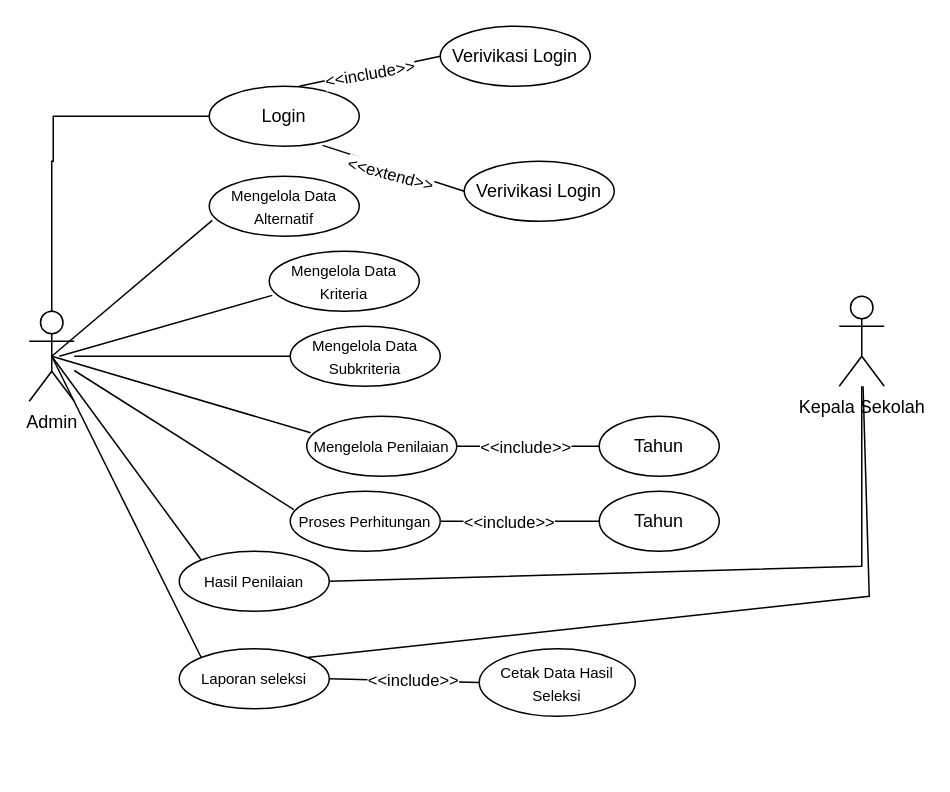
Above: inputbeasiswa.drawio in ocawidiahara/oca-web-pertama (draw.io), before the change. Source tidied: cells renumbered, new cells numbered last; positions are measured from the earlier drawing's top-left corner, leaving out a move shared by most shapes. Both pictures are drawn from the tidied source at 150%, with x=0, y=0 at pixel (28, 26).
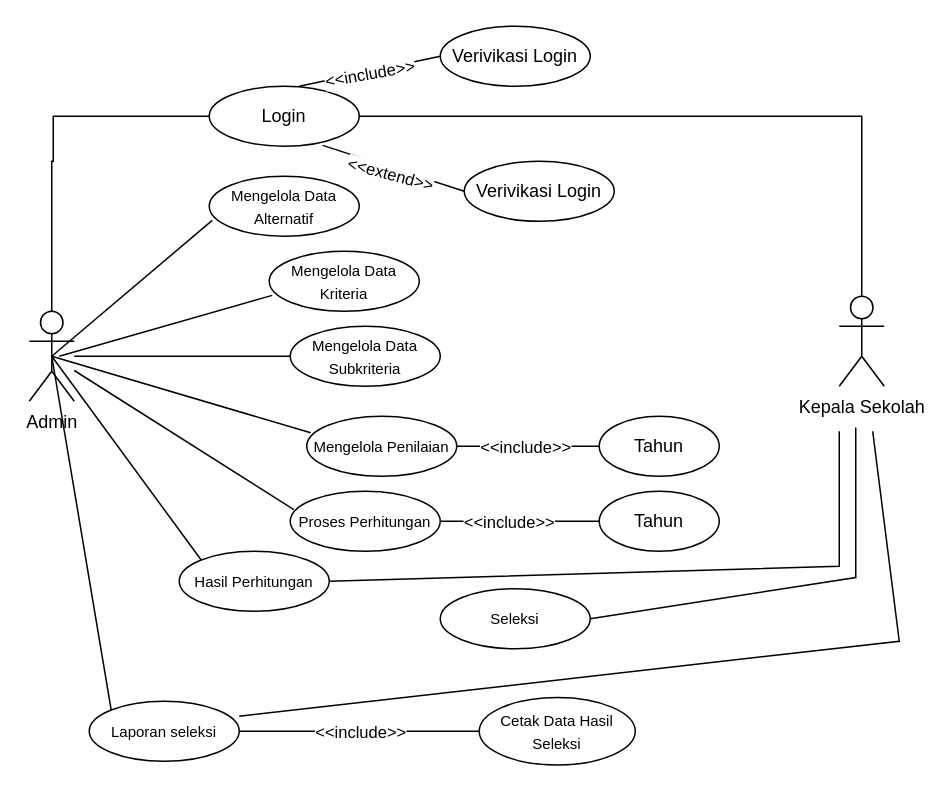
The same diagram, later.

Unchanged cells that the change refers to:
```xml
<mxCell id="4" value="Login" style="ellipse;whiteSpace=wrap;html=1;" parent="1" vertex="1">
  <mxGeometry x="120" y="40" width="100" height="40" as="geometry" />
</mxCell>
<mxCell id="34" value="Kepala Sekolah" style="shape=umlActor;verticalLabelPosition=bottom;verticalAlign=top;html=1;outlineConnect=0;" parent="1" vertex="1">
  <mxGeometry x="540" y="180" width="30" height="60" as="geometry" />
</mxCell>
```

Change to the diagram source:
```diff
@@
-    <mxCell id="28" value="&lt;span style=&quot;font-size: 10px;&quot;&gt;Hasil Penilaian&lt;/span&gt;" style="ellipse;whiteSpace=wrap;html=1;" parent="1" vertex="1">
+    <mxCell id="28" value="&lt;span style=&quot;font-size: 10px;&quot;&gt;Hasil Perhitungan&lt;/span&gt;" style="ellipse;whiteSpace=wrap;html=1;" parent="1" vertex="1">
       <mxGeometry x="100" y="350" width="100" height="40" as="geometry" />
     </mxCell>
@@
     <mxCell id="30" value="&lt;span style=&quot;font-size: 10px;&quot;&gt;Laporan seleksi&lt;/span&gt;" style="ellipse;whiteSpace=wrap;html=1;" parent="1" vertex="1">
-      <mxGeometry x="100" y="415" width="100" height="40" as="geometry" />
+      <mxGeometry x="40" y="450" width="100" height="40" as="geometry" />
     </mxCell>
@@
     <mxCell id="32" value="&amp;lt;&amp;lt;include&amp;gt;&amp;gt;" style="edgeLabel;html=1;align=center;verticalAlign=middle;rotation=0;" parent="1" vertex="1">
-      <mxGeometry x="255" y="435" as="geometry" />
+      <mxGeometry x="220" y="470" as="geometry" />
     </mxCell>
     <mxCell id="33" value="&lt;font style=&quot;font-size: 10px;&quot;&gt;Cetak Data Hasil Seleksi&lt;/font&gt;" style="ellipse;whiteSpace=wrap;html=1;" parent="1" vertex="1">
-      <mxGeometry x="300" y="415" width="104" height="45" as="geometry" />
+      <mxGeometry x="300" y="447.5" width="104" height="45" as="geometry" />
     </mxCell>
+    <mxCell id="37" style="edgeStyle=orthogonalEdgeStyle;rounded=0;jettySize=auto;html=1;entryX=1;entryY=0.5;entryDx=0;entryDy=0;endArrow=none;startFill=0;" parent="1" edge="1" source="34" target="4">
+      <mxGeometry relative="1" as="geometry">
+        <Array as="points">
+          <mxPoint x="555" y="60" />
+        </Array>
+      </mxGeometry>
+    </mxCell>
@@
-    <mxCell id="35" style="endArrow=none;html=1;rounded=0;exitX=1;exitY=0.5;exitDx=0;exitDy=0;" parent="1" edge="1" source="28" target="34">
+    <mxCell id="35" style="endArrow=none;html=1;rounded=0;exitX=1;exitY=0.5;exitDx=0;exitDy=0;" parent="1" edge="1" source="28">
       <mxGeometry relative="1" as="geometry">
+        <mxPoint x="540" y="270" as="targetPoint" />
         <Array as="points">
-          <mxPoint x="555" y="360" />
+          <mxPoint x="540" y="360" />
         </Array>
       </mxGeometry>
     </mxCell>
-    <mxCell id="36" style="endArrow=none;html=1;rounded=0;exitX=1;exitY=0;exitDx=0;exitDy=0;" parent="1" edge="1" source="30" target="34">
+    <mxCell id="36" style="endArrow=none;html=1;rounded=0;exitX=1;exitY=0.25;exitDx=0;exitDy=0;exitPerimeter=0;" parent="1" edge="1" source="30">
       <mxGeometry relative="1" as="geometry">
+        <mxPoint x="562.3" y="270" as="targetPoint" />
         <Array as="points">
-          <mxPoint x="560" y="380" />
+          <mxPoint x="580" y="410" />
         </Array>
       </mxGeometry>
     </mxCell>
+    <mxCell id="38" value="&lt;span style=&quot;font-size: 10px;&quot;&gt;Seleksi&lt;/span&gt;" style="ellipse;whiteSpace=wrap;html=1;" parent="1" vertex="1">
+      <mxGeometry x="274" y="375" width="100" height="40" as="geometry" />
+    </mxCell>
+    <mxCell id="39" style="endArrow=none;html=1;rounded=0;exitX=1;exitY=0.5;exitDx=0;exitDy=0;" parent="1" edge="1" source="38">
+      <mxGeometry relative="1" as="geometry">
+        <mxPoint x="551" y="367.5" as="targetPoint" />
+        <Array as="points">
+          <mxPoint x="551" y="367.5" />
+          <mxPoint x="551" y="267.5" />
+        </Array>
+      </mxGeometry>
+    </mxCell>
```
